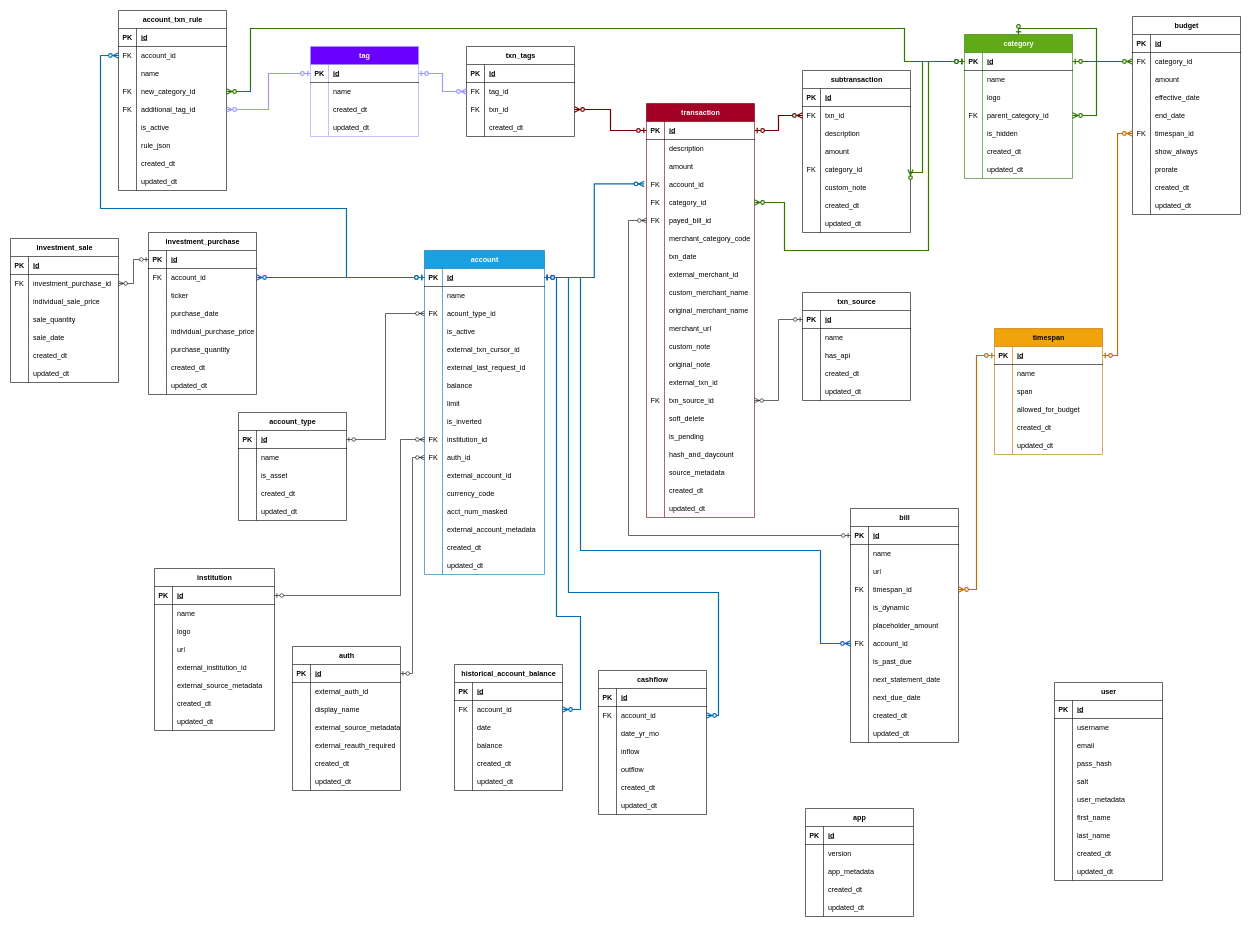
Earlier version of the draw.io diagram maple_erd.drawio (defron/maple). Source tidied: cells renumbered, new cells numbered last; positions are measured from the earlier drawing's top-left corner, leaving out a move shared by most shapes. Both pictures are drawn from the tidied source at 60%, with x=0, y=0 at pixel (10, 10).
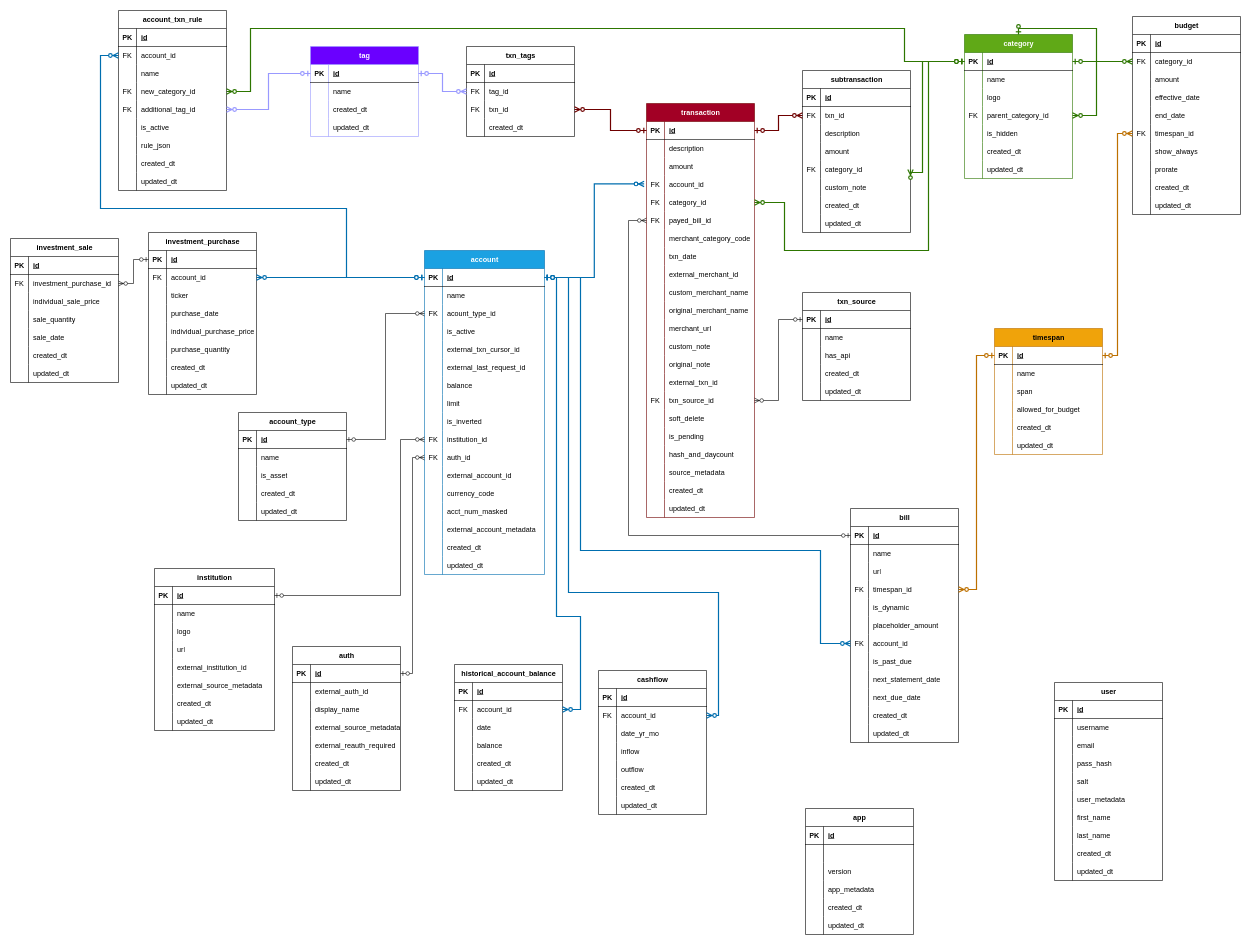
The same page after the edit.

Change to the diagram source:
```diff
@@
     <mxCell id="530" value="app" style="shape=table;startSize=30;childLayout=tableLayout;rowLines=0;fontStyle=1;align=center;html=1;" parent="1" vertex="1">
-      <mxGeometry x="1325" y="1330" width="180" height="180" as="geometry" />
+      <mxGeometry x="1325" y="1330" width="180" height="210" as="geometry" />
     </mxCell>
@@
+    <mxCell id="546" style="shape=tableRow;horizontal=0;startSize=0;swimlaneHead=0;swimlaneBody=0;fillColor=none;top=0;left=0;right=0;bottom=0;" parent="530" vertex="1">
+      <mxGeometry y="60" width="180" height="30" as="geometry" />
+    </mxCell>
+    <mxCell id="547" style="shape=partialRectangle;fillColor=none;top=0;left=0;bottom=0;right=0;overflow=hidden;whiteSpace=wrap;html=1;" parent="546" vertex="1">
+      <mxGeometry width="30" height="30" as="geometry" />
+    </mxCell>
+    <mxCell id="548" style="shape=partialRectangle;fillColor=none;top=0;left=0;bottom=0;right=0;align=left;spacingLeft=6;overflow=hidden;whiteSpace=wrap;html=1;" parent="546" vertex="1">
+      <mxGeometry x="30" width="150" height="30" as="geometry" />
+    </mxCell>
     <mxCell id="534" style="shape=tableRow;horizontal=0;startSize=0;swimlaneHead=0;swimlaneBody=0;fillColor=none;top=0;left=0;right=0;bottom=0;" parent="530" vertex="1">
-      <mxGeometry y="60" width="180" height="30" as="geometry" />
+      <mxGeometry y="90" width="180" height="30" as="geometry" />
     </mxCell>
@@
     <mxCell id="537" style="shape=tableRow;horizontal=0;startSize=0;swimlaneHead=0;swimlaneBody=0;fillColor=none;top=0;left=0;right=0;bottom=0;" parent="530" vertex="1">
-      <mxGeometry y="90" width="180" height="30" as="geometry" />
+      <mxGeometry y="120" width="180" height="30" as="geometry" />
     </mxCell>
@@
     <mxCell id="540" style="shape=tableRow;horizontal=0;startSize=0;swimlaneHead=0;swimlaneBody=0;fillColor=none;top=0;left=0;right=0;bottom=0;" parent="530" vertex="1">
-      <mxGeometry y="120" width="180" height="30" as="geometry" />
+      <mxGeometry y="150" width="180" height="30" as="geometry" />
     </mxCell>
@@
     <mxCell id="543" style="shape=tableRow;horizontal=0;startSize=0;swimlaneHead=0;swimlaneBody=0;fillColor=none;top=0;left=0;right=0;bottom=0;" parent="530" vertex="1">
-      <mxGeometry y="150" width="180" height="30" as="geometry" />
+      <mxGeometry y="180" width="180" height="30" as="geometry" />
     </mxCell>
```
